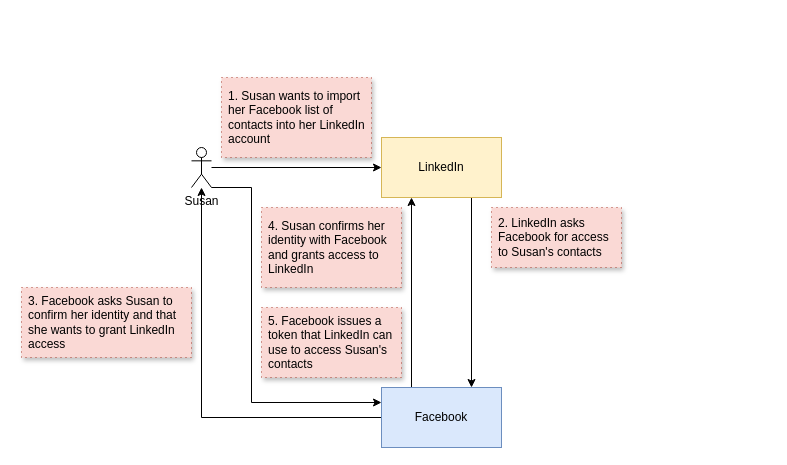
The draw.io diagram page "11.1" (1 of 15) of ch11.drawio in abunuwas/microservices-apis-img, before the edit. Source tidied: cells renumbered, new cells numbered last; positions are measured from the earlier drawing's top-left corner, leaving out a move shared by most shapes. Both pictures are drawn from the tidied source at 100%, with x=0, y=0 at pixel (21, 77).
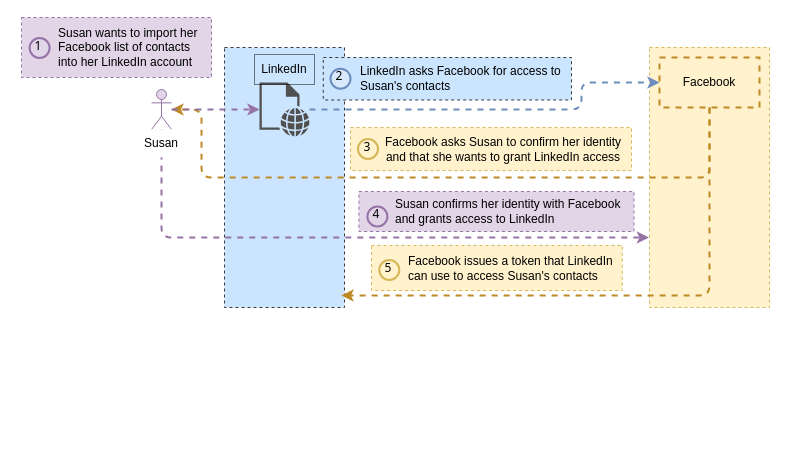
After the change.

Change to the diagram source:
```diff
@@
-    <mxCell id="2" style="edgeStyle=orthogonalEdgeStyle;rounded=0;jettySize=auto;html=1;" parent="1" edge="1" source="4" target="9">
-      <mxGeometry relative="1" as="geometry" />
-    </mxCell>
-    <mxCell id="3" style="edgeStyle=orthogonalEdgeStyle;rounded=0;jettySize=auto;html=1;entryX=0;entryY=0.25;entryDx=0;entryDy=0;" parent="1" edge="1" source="4" target="7">
-      <mxGeometry relative="1" as="geometry">
-        <Array as="points">
-          <mxPoint x="230" y="110" />
-          <mxPoint x="230" y="325" />
-        </Array>
-      </mxGeometry>
-    </mxCell>
+    <mxCell id="15" style="rounded=0;whiteSpace=wrap;html=1;strokeColor=#d6b656;dashed=1;fillColor=#fff2cc;" parent="1" vertex="1">
+      <mxGeometry x="628" y="-30" width="120" height="260" as="geometry" />
+    </mxCell>
+    <mxCell id="16" style="rounded=0;whiteSpace=wrap;html=1;strokeColor=#36393d;dashed=1;fillColor=#cce5ff;" parent="1" vertex="1">
+      <mxGeometry x="203" y="-30" width="120" height="260" as="geometry" />
+    </mxCell>
+    <mxCell id="17" style="edgeStyle=orthogonalEdgeStyle;rounded=1;jettySize=auto;html=1;strokeColor=#6c8ebf;strokeWidth=2;dashed=1;fillColor=#dae8fc;" parent="1" edge="1" source="18" target="7">
+      <mxGeometry relative="1" as="geometry">
+        <Array as="points">
+          <mxPoint x="560" y="32" />
+          <mxPoint x="560" y="5" />
+        </Array>
+      </mxGeometry>
+    </mxCell>
+    <mxCell id="18" style="sketch=0;shadow=0;dashed=0;html=1;strokeColor=none;fillColor=#505050;labelPosition=center;verticalLabelPosition=bottom;verticalAlign=top;outlineConnect=0;align=center;shape=mxgraph.office.concepts.web_page;" parent="1" vertex="1">
+      <mxGeometry x="238" y="5" width="50" height="54" as="geometry" />
+    </mxCell>
+    <mxCell id="19" style="edgeStyle=orthogonalEdgeStyle;rounded=1;jettySize=auto;html=1;strokeColor=#BD8A26;strokeWidth=2;dashed=1;fillColor=#fff2cc;" parent="1" edge="1" source="7" target="33">
+      <mxGeometry relative="1" as="geometry">
+        <Array as="points">
+          <mxPoint x="688" y="100" />
+          <mxPoint x="180" y="100" />
+          <mxPoint x="180" y="32" />
+        </Array>
+      </mxGeometry>
+    </mxCell>
+    <mxCell id="20" style="edgeStyle=orthogonalEdgeStyle;rounded=1;jettySize=auto;html=1;strokeColor=#BD8A26;strokeWidth=2;dashed=1;fillColor=#fff2cc;" parent="1" edge="1" source="7">
+      <mxGeometry relative="1" as="geometry">
+        <mxPoint x="320" y="218" as="targetPoint" />
+        <Array as="points">
+          <mxPoint x="688" y="218" />
+        </Array>
+      </mxGeometry>
+    </mxCell>
+    <mxCell id="7" value="Facebook" style="rounded=0;whiteSpace=wrap;html=1;dashed=1;fillColor=none;strokeColor=#BD8A26;strokeWidth=2;" parent="1" vertex="1">
+      <mxGeometry x="638" y="-20" width="100" height="50" as="geometry" />
+    </mxCell>
+    <mxCell id="9" value="LinkedIn" style="text;html=1;strokeColor=default;fillColor=none;align=center;verticalAlign=middle;whiteSpace=wrap;rounded=0;dashed=1;dashPattern=1 1;" parent="1" vertex="1">
+      <mxGeometry x="233" y="-23" width="60" height="30" as="geometry" />
+    </mxCell>
+    <mxCell id="21" value="&lt;span style=&quot;&quot;&gt;Susan wants to import her Facebook list of contacts into her LinkedIn account&lt;/span&gt;" style="text;html=1;strokeColor=#9673a6;fillColor=#e1d5e7;align=left;verticalAlign=middle;whiteSpace=wrap;rounded=0;dashed=1;spacingLeft=35;" parent="1" vertex="1">
+      <mxGeometry y="-60" width="190" height="60" as="geometry" />
+    </mxCell>
+    <mxCell id="22" value="1" style="ellipse;whiteSpace=wrap;html=1;strokeWidth=2;fontFamily=Tahoma;spacingBottom=4;spacingRight=2;strokeColor=#9673a6;fillColor=#e1d5e7;" parent="1" vertex="1">
+      <mxGeometry x="8.1" y="-39.5" width="20" height="20" as="geometry" />
+    </mxCell>
+    <mxCell id="23" value="&lt;span style=&quot;&quot;&gt;LinkedIn asks Facebook for access to Susan's contacts&lt;/span&gt;" style="text;html=1;strokeColor=#36393d;fillColor=#cce5ff;align=left;verticalAlign=middle;whiteSpace=wrap;rounded=0;dashed=1;spacingLeft=35;" parent="1" vertex="1">
+      <mxGeometry x="301.8" y="-20" width="248.2" height="42.5" as="geometry" />
+    </mxCell>
+    <mxCell id="24" value="2" style="ellipse;whiteSpace=wrap;html=1;strokeWidth=2;fontFamily=Tahoma;spacingBottom=4;spacingRight=2;strokeColor=#6c8ebf;fillColor=#dae8fc;" parent="1" vertex="1">
+      <mxGeometry x="309" y="-8.8" width="20" height="20" as="geometry" />
+    </mxCell>
+    <mxCell id="25" value="&lt;span style=&quot;text-align: left;&quot;&gt;Facebook asks Susan to confirm her identity and that she wants to grant LinkedIn access&lt;/span&gt;" style="text;html=1;strokeColor=#d6b656;fillColor=#fff2cc;align=center;verticalAlign=middle;whiteSpace=wrap;rounded=0;dashed=1;spacingLeft=25;" parent="1" vertex="1">
+      <mxGeometry x="329" y="50" width="281" height="43" as="geometry" />
+    </mxCell>
+    <mxCell id="26" value="3" style="ellipse;whiteSpace=wrap;html=1;strokeWidth=2;fontFamily=Tahoma;spacingBottom=4;spacingRight=2;strokeColor=#d6b656;fillColor=#fff2cc;" parent="1" vertex="1">
+      <mxGeometry x="336.5" y="61.5" width="20" height="20" as="geometry" />
+    </mxCell>
+    <mxCell id="27" value="&lt;span style=&quot;&quot;&gt;Susan confirms her identity with Facebook and grants access to LinkedIn&lt;/span&gt;" style="text;html=1;strokeColor=#9673a6;fillColor=#e1d5e7;align=left;verticalAlign=middle;whiteSpace=wrap;rounded=0;dashed=1;spacingLeft=35;" parent="1" vertex="1">
+      <mxGeometry x="337.4" y="114" width="275.1" height="40" as="geometry" />
+    </mxCell>
+    <mxCell id="28" value="4" style="ellipse;whiteSpace=wrap;html=1;strokeWidth=2;fontFamily=Tahoma;spacingBottom=4;spacingRight=2;strokeColor=#9673a6;fillColor=#e1d5e7;" parent="1" vertex="1">
+      <mxGeometry x="345.9" y="129" width="20" height="20" as="geometry" />
+    </mxCell>
+    <mxCell id="29" value="&lt;span style=&quot;&quot;&gt;Facebook issues a token that LinkedIn can use to access Susan's contacts&lt;/span&gt;" style="text;html=1;strokeColor=#d6b656;fillColor=#fff2cc;align=left;verticalAlign=middle;whiteSpace=wrap;rounded=0;dashed=1;spacingLeft=35;" parent="1" vertex="1">
+      <mxGeometry x="350" y="168" width="250.8" height="45" as="geometry" />
+    </mxCell>
+    <mxCell id="30" value="5" style="ellipse;whiteSpace=wrap;html=1;strokeWidth=2;fontFamily=Tahoma;spacingBottom=4;spacingRight=2;strokeColor=#d6b656;fillColor=#fff2cc;" parent="1" vertex="1">
+      <mxGeometry x="357.8" y="182.5" width="20" height="20" as="geometry" />
+    </mxCell>
+    <mxCell id="31" style="edgeStyle=orthogonalEdgeStyle;rounded=1;jettySize=auto;html=1;strokeColor=#9673a6;strokeWidth=2;fillColor=#e1d5e7;dashed=1;" parent="1" edge="1" source="33" target="18">
+      <mxGeometry relative="1" as="geometry" />
+    </mxCell>
+    <mxCell id="32" style="edgeStyle=orthogonalEdgeStyle;rounded=1;jettySize=auto;html=1;entryX=-0.005;entryY=0.731;entryDx=0;entryDy=0;entryPerimeter=0;strokeColor=#9673a6;strokeWidth=2;fillColor=#e1d5e7;dashed=1;" parent="1" edge="1" source="33" target="15">
+      <mxGeometry relative="1" as="geometry">
+        <Array as="points">
+          <mxPoint x="140" y="160" />
+        </Array>
+      </mxGeometry>
+    </mxCell>
+    <mxCell id="33" style="shape=umlActor;verticalLabelPosition=bottom;verticalAlign=top;html=1;outlineConnect=0;fillColor=#e1d5e7;strokeColor=#9673a6;" parent="1" vertex="1">
+      <mxGeometry x="130" y="12" width="20" height="40" as="geometry" />
+    </mxCell>
-    <mxCell id="4" value="Susan" style="shape=umlActor;verticalLabelPosition=bottom;verticalAlign=top;html=1;outlineConnect=0;" parent="1" vertex="1">
-      <mxGeometry x="170" y="70" width="20" height="40" as="geometry" />
+    <mxCell id="4" value="Susan" style="text;html=1;align=center;verticalAlign=middle;whiteSpace=wrap;rounded=0;fillColor=default;" parent="1" vertex="1">
+      <mxGeometry x="110" y="52" width="60" height="28" as="geometry" />
     </mxCell>
-    <mxCell id="5" style="edgeStyle=orthogonalEdgeStyle;rounded=0;jettySize=auto;html=1;" parent="1" edge="1" source="7" target="4">
-      <mxGeometry relative="1" as="geometry" />
-    </mxCell>
-    <mxCell id="6" style="edgeStyle=orthogonalEdgeStyle;rounded=0;jettySize=auto;html=1;entryX=0.25;entryY=1;entryDx=0;entryDy=0;exitX=0.25;exitY=0;exitDx=0;exitDy=0;" parent="1" edge="1" source="7" target="9">
-      <mxGeometry relative="1" as="geometry" />
-    </mxCell>
-    <mxCell id="7" value="Facebook" style="rounded=0;whiteSpace=wrap;html=1;fillColor=#dae8fc;strokeColor=#6c8ebf;" parent="1" vertex="1">
-      <mxGeometry x="360" y="310" width="120" height="60" as="geometry" />
-    </mxCell>
-    <mxCell id="8" style="edgeStyle=orthogonalEdgeStyle;rounded=0;jettySize=auto;html=1;entryX=0.75;entryY=0;entryDx=0;entryDy=0;exitX=0.75;exitY=1;exitDx=0;exitDy=0;" parent="1" edge="1" source="9" target="7">
-      <mxGeometry relative="1" as="geometry" />
-    </mxCell>
-    <mxCell id="9" value="LinkedIn" style="rounded=0;whiteSpace=wrap;html=1;fillColor=#fff2cc;strokeColor=#d6b656;" parent="1" vertex="1">
-      <mxGeometry x="360" y="60" width="120" height="60" as="geometry" />
-    </mxCell>
-    <mxCell id="10" value="1. Susan wants to import her Facebook list of contacts into her LinkedIn account" style="text;html=1;strokeColor=#ae4132;fillColor=#fad9d5;align=left;verticalAlign=middle;whiteSpace=wrap;rounded=0;spacingLeft=5;dashed=1;dashPattern=1 4;shadow=1;" parent="1" vertex="1">
-      <mxGeometry x="200" width="150" height="80" as="geometry" />
-    </mxCell>
-    <mxCell id="11" value="2. LinkedIn asks Facebook for access to Susan's contacts" style="text;html=1;strokeColor=#ae4132;fillColor=#fad9d5;align=left;verticalAlign=middle;whiteSpace=wrap;rounded=0;spacingLeft=5;dashed=1;dashPattern=1 4;shadow=1;" parent="1" vertex="1">
-      <mxGeometry x="470" y="130" width="130" height="60" as="geometry" />
-    </mxCell>
-    <mxCell id="12" value="3. Facebook asks Susan to confirm her identity and that she wants to grant LinkedIn access" style="text;html=1;strokeColor=#ae4132;fillColor=#fad9d5;align=left;verticalAlign=middle;whiteSpace=wrap;rounded=0;spacingLeft=5;dashed=1;dashPattern=1 4;shadow=1;" parent="1" vertex="1">
-      <mxGeometry y="210" width="170" height="70" as="geometry" />
-    </mxCell>
-    <mxCell id="13" value="4. Susan confirms her identity with Facebook and grants access to LinkedIn" style="text;html=1;strokeColor=#ae4132;fillColor=#fad9d5;align=left;verticalAlign=middle;whiteSpace=wrap;rounded=0;spacingLeft=5;dashed=1;dashPattern=1 4;shadow=1;" parent="1" vertex="1">
-      <mxGeometry x="240" y="130" width="140" height="80" as="geometry" />
-    </mxCell>
-    <mxCell id="14" value="5. Facebook issues a token that LinkedIn can use to access Susan's contacts" style="text;html=1;strokeColor=#ae4132;fillColor=#fad9d5;align=left;verticalAlign=middle;whiteSpace=wrap;rounded=0;spacingLeft=5;dashed=1;dashPattern=1 4;shadow=1;" parent="1" vertex="1">
-      <mxGeometry x="240" y="230" width="140" height="70" as="geometry" />
-    </mxCell>
```
